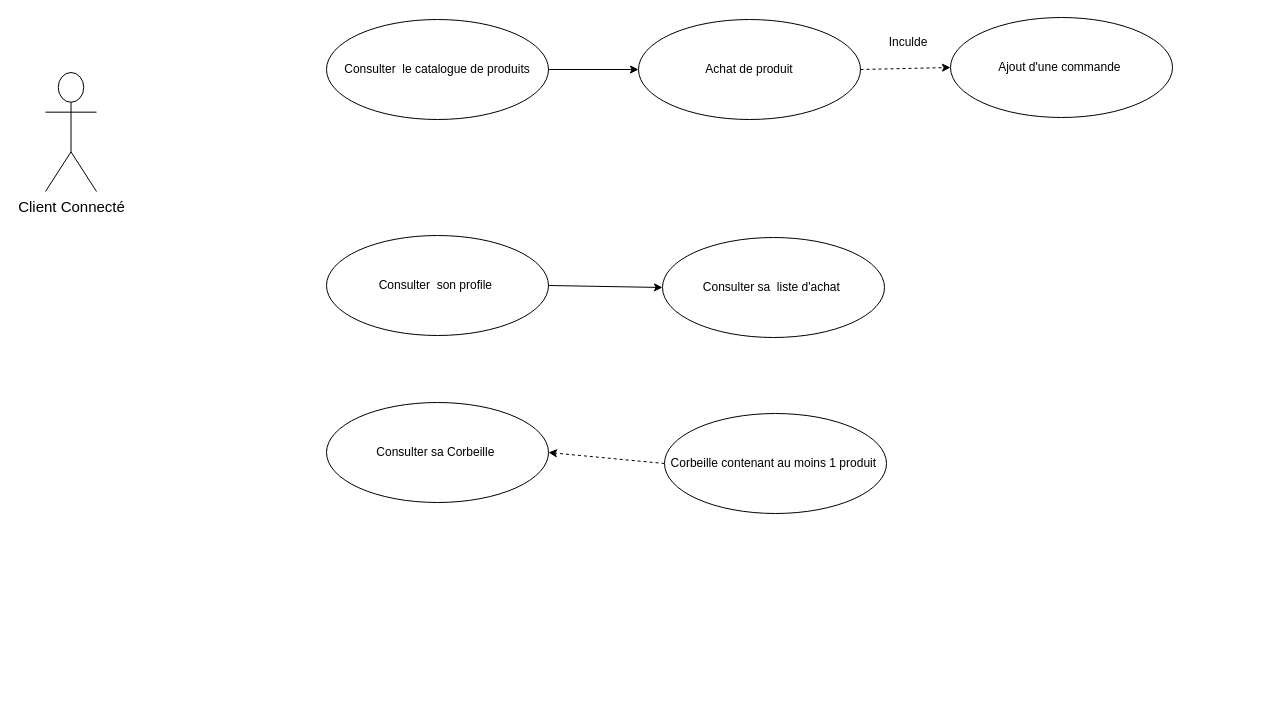
HonoR974/Sperenza keeps this draw.io diagram as page "DClass-C-2" (4 of 4) of Documentation/Diagramme/DClassCommand.drawio. Above is the earlier version. Source tidied: cells renumbered, new cells numbered last; positions are measured from the earlier drawing's top-left corner, leaving out a move shared by most shapes. Both pictures are drawn from the tidied source at 100%, with x=0, y=0 at pixel (45, 17).
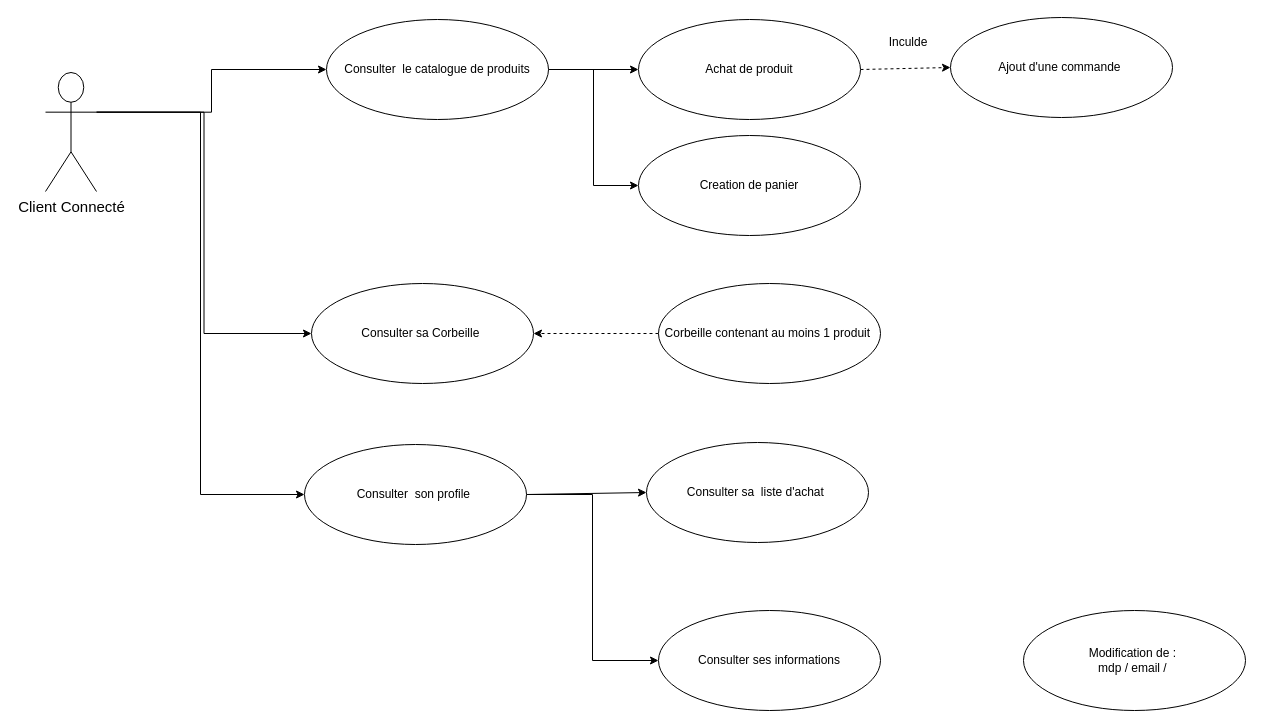
The same diagram, later.

Unchanged cells that the change refers to:
```xml
<mxCell id="2" value="&lt;font style=&quot;font-size: 15px&quot;&gt;Client Connecté&lt;/font&gt;" style="shape=umlActor;verticalLabelPosition=bottom;verticalAlign=top;html=1;outlineConnect=0;" parent="1" vertex="1">
  <mxGeometry y="55" width="51" height="119" as="geometry" />
</mxCell>
<mxCell id="4" value="Consulter&amp;nbsp; le catalogue de produits" style="ellipse;whiteSpace=wrap;html=1;" parent="1" vertex="1">
  <mxGeometry x="281" y="2" width="222" height="100" as="geometry" />
</mxCell>
```

Change to the diagram source:
```diff
@@
+    <mxCell id="15" style="edgeStyle=orthogonalEdgeStyle;rounded=0;jettySize=auto;html=1;exitX=1;exitY=0.3333333333333333;exitDx=0;exitDy=0;exitPerimeter=0;entryX=0;entryY=0.5;entryDx=0;entryDy=0;" parent="1" edge="1" source="2" target="4">
+      <mxGeometry relative="1" as="geometry" />
+    </mxCell>
+    <mxCell id="16" style="edgeStyle=orthogonalEdgeStyle;rounded=0;jettySize=auto;html=1;exitX=1;exitY=0.3333333333333333;exitDx=0;exitDy=0;exitPerimeter=0;entryX=0;entryY=0.5;entryDx=0;entryDy=0;" parent="1" edge="1" source="2" target="12">
+      <mxGeometry relative="1" as="geometry" />
+    </mxCell>
+    <mxCell id="17" style="edgeStyle=orthogonalEdgeStyle;rounded=0;jettySize=auto;html=1;exitX=1;exitY=0.3333333333333333;exitDx=0;exitDy=0;exitPerimeter=0;entryX=0;entryY=0.5;entryDx=0;entryDy=0;" parent="1" edge="1" source="2" target="8">
+      <mxGeometry relative="1" as="geometry" />
+    </mxCell>
@@
+    <mxCell id="18" style="edgeStyle=orthogonalEdgeStyle;rounded=0;jettySize=auto;html=1;exitX=1;exitY=0.5;exitDx=0;exitDy=0;entryX=0;entryY=0.5;entryDx=0;entryDy=0;" parent="1" edge="1" source="4" target="20">
+      <mxGeometry relative="1" as="geometry" />
+    </mxCell>
@@
+    <mxCell id="19" style="edgeStyle=orthogonalEdgeStyle;rounded=0;jettySize=auto;html=1;exitX=1;exitY=0.5;exitDx=0;exitDy=0;entryX=0;entryY=0.5;entryDx=0;entryDy=0;" parent="1" edge="1" source="8" target="21">
+      <mxGeometry relative="1" as="geometry" />
+    </mxCell>
     <mxCell id="8" value="Consulter&amp;nbsp; son profile&amp;nbsp;" style="ellipse;whiteSpace=wrap;html=1;" parent="1" vertex="1">
-      <mxGeometry x="281" y="218" width="222" height="100" as="geometry" />
+      <mxGeometry x="259" y="427" width="222" height="100" as="geometry" />
     </mxCell>
@@
     <mxCell id="11" value="Consulter sa&amp;nbsp; liste d'achat&amp;nbsp;" style="ellipse;whiteSpace=wrap;html=1;" parent="1" vertex="1">
-      <mxGeometry x="617" y="220" width="222" height="100" as="geometry" />
+      <mxGeometry x="601" y="425" width="222" height="100" as="geometry" />
     </mxCell>
     <mxCell id="12" value="Consulter sa Corbeille&amp;nbsp;" style="ellipse;whiteSpace=wrap;html=1;" parent="1" vertex="1">
-      <mxGeometry x="281" y="385" width="222" height="100" as="geometry" />
+      <mxGeometry x="266" y="266" width="222" height="100" as="geometry" />
     </mxCell>
@@
     <mxCell id="14" value="Corbeille contenant au moins 1 produit&amp;nbsp;" style="ellipse;whiteSpace=wrap;html=1;" parent="1" vertex="1">
-      <mxGeometry x="619" y="396" width="222" height="100" as="geometry" />
+      <mxGeometry x="613" y="266" width="222" height="100" as="geometry" />
     </mxCell>
+    <mxCell id="20" value="Creation de panier" style="ellipse;whiteSpace=wrap;html=1;" parent="1" vertex="1">
+      <mxGeometry x="593" y="118" width="222" height="100" as="geometry" />
+    </mxCell>
+    <mxCell id="21" value="Consulter ses informations" style="ellipse;whiteSpace=wrap;html=1;" parent="1" vertex="1">
+      <mxGeometry x="613" y="593" width="222" height="100" as="geometry" />
+    </mxCell>
+    <mxCell id="22" value="Modification de :&amp;nbsp;&lt;br&gt;mdp / email /&amp;nbsp;" style="ellipse;whiteSpace=wrap;html=1;" parent="1" vertex="1">
+      <mxGeometry x="978" y="593" width="222" height="100" as="geometry" />
+    </mxCell>
```
